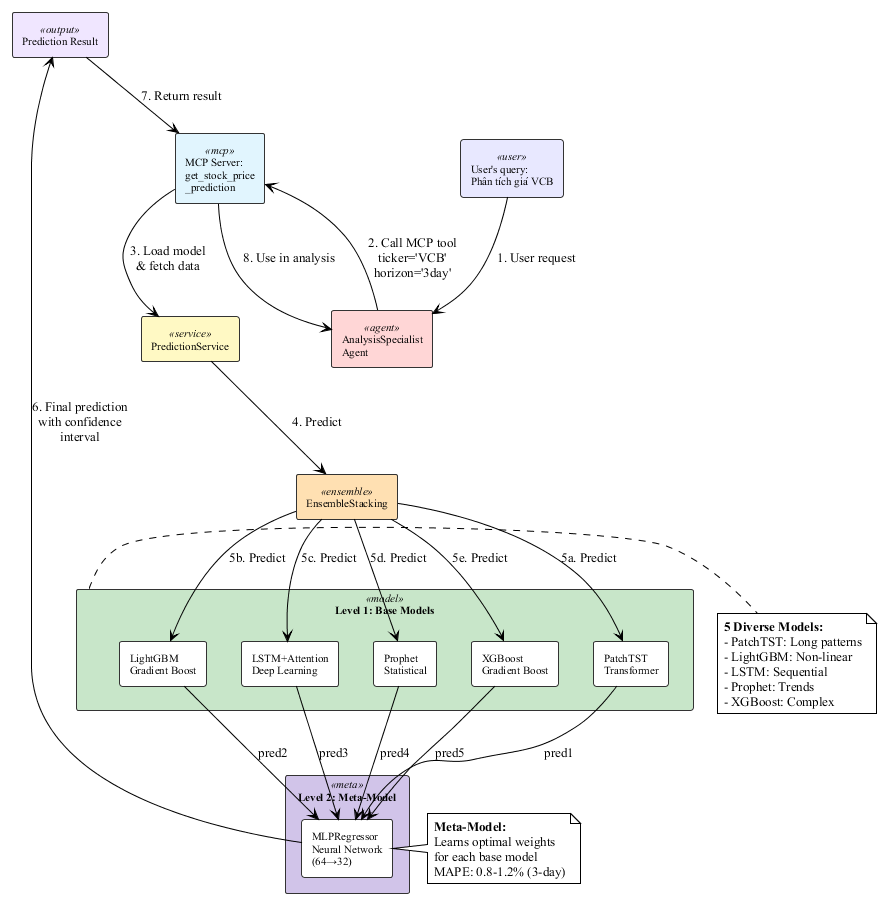
This is diagrams/images/agent_diagrams/ensemble_prediction_detail.png from GiangNV-HUST/DATN, a PlantUML export, as it was before one commit. The source it was exported from:
```plantuml
@startuml ensemble_prediction_detail
!theme plain
skinparam backgroundColor #FFFFFF
skinparam shadowing false
skinparam defaultFontName "Times New Roman"

skinparam rectangle {
    BackgroundColor<<user>> #E8E8FF
    BackgroundColor<<agent>> #FFD6D6
    BackgroundColor<<mcp>> #E1F5FE
    BackgroundColor<<service>> #FFF9C4
    BackgroundColor<<ensemble>> #FFE0B2
    BackgroundColor<<model>> #C8E6C9
    BackgroundColor<<meta>> #D1C4E9
    BackgroundColor<<output>> #F0E6FF
    BorderColor #333333
    FontSize 11
}

rectangle "User's query:\nPhân tích giá VCB" as query <<user>>
rectangle "AnalysisSpecialist\nAgent" as agent <<agent>>
rectangle "MCP Server:\nget_stock_price\n_prediction" as mcp <<mcp>>
rectangle "PredictionService" as service <<service>>
rectangle "EnsembleStacking" as ensemble <<ensemble>>

rectangle "Level 1: Base Models" as level1 <<model>> {
    rectangle "PatchTST\nTransformer" as patchtst
    rectangle "LightGBM\nGradient Boost" as lgb
    rectangle "LSTM+Attention\nDeep Learning" as lstm
    rectangle "Prophet\nStatistical" as prophet
    rectangle "XGBoost\nGradient Boost" as xgb
}

rectangle "Level 2: Meta-Model" as level2 <<meta>> {
    rectangle "MLPRegressor\nNeural Network\n(64→32)" as meta
}

rectangle "Prediction Result" as output <<output>>

query --> agent : "1. User request"
agent --> mcp : "2. Call MCP tool\nticker='VCB'\nhorizon='3day'"
mcp --> service : "3. Load model\n& fetch data"
service --> ensemble : "4. Predict"

ensemble --> patchtst : "5a. Predict"
ensemble --> lgb : "5b. Predict"
ensemble --> lstm : "5c. Predict"
ensemble --> prophet : "5d. Predict"
ensemble --> xgb : "5e. Predict"

patchtst --> meta : "pred1"
lgb --> meta : "pred2"
lstm --> meta : "pred3"
prophet --> meta : "pred4"
xgb --> meta : "pred5"

meta --> output : "6. Final prediction\nwith confidence\ninterval"
output --> mcp : "7. Return result"
mcp --> agent : "8. Use in analysis"

note right of level1
  **5 Diverse Models:**
  - PatchTST: Long patterns
  - LightGBM: Non-linear
  - LSTM: Sequential
  - Prophet: Trends
  - XGBoost: Complex
end note

note right of meta
  **Meta-Model:**
  Learns optimal weights
  for each base model
  MAPE: 0.8-1.2% (3-day)
end note

@enduml
```
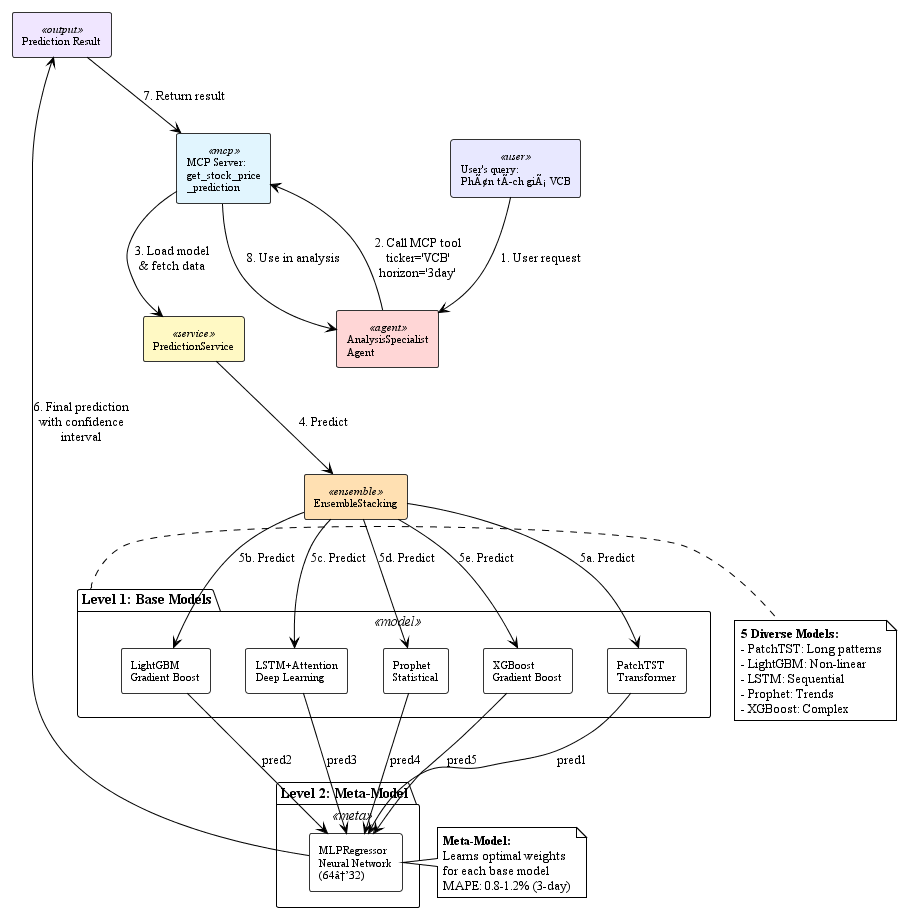
The same diagram one commit later.

Diff of the diagram source:
```diff
@@ -17,13 +17,13 @@
     FontSize 11
 }
 
-rectangle "User's query:\nPhân tích giá VCB" as query <<user>>
+rectangle "User's query:\nPhÃ¢n tÃ­ch giÃ¡ VCB" as query <<user>>
 rectangle "AnalysisSpecialist\nAgent" as agent <<agent>>
 rectangle "MCP Server:\nget_stock_price\n_prediction" as mcp <<mcp>>
 rectangle "PredictionService" as service <<service>>
 rectangle "EnsembleStacking" as ensemble <<ensemble>>
 
-rectangle "Level 1: Base Models" as level1 <<model>> {
+package "Level 1: Base Models" as level1 <<model>> {
     rectangle "PatchTST\nTransformer" as patchtst
     rectangle "LightGBM\nGradient Boost" as lgb
     rectangle "LSTM+Attention\nDeep Learning" as lstm
@@ -31,8 +31,8 @@
     rectangle "XGBoost\nGradient Boost" as xgb
 }
 
-rectangle "Level 2: Meta-Model" as level2 <<meta>> {
-    rectangle "MLPRegressor\nNeural Network\n(64→32)" as meta
+package "Level 2: Meta-Model" as level2 <<meta>> {
+    rectangle "MLPRegressor\nNeural Network\n(64â†’32)" as meta
 }
 
 rectangle "Prediction Result" as output <<output>>
```
